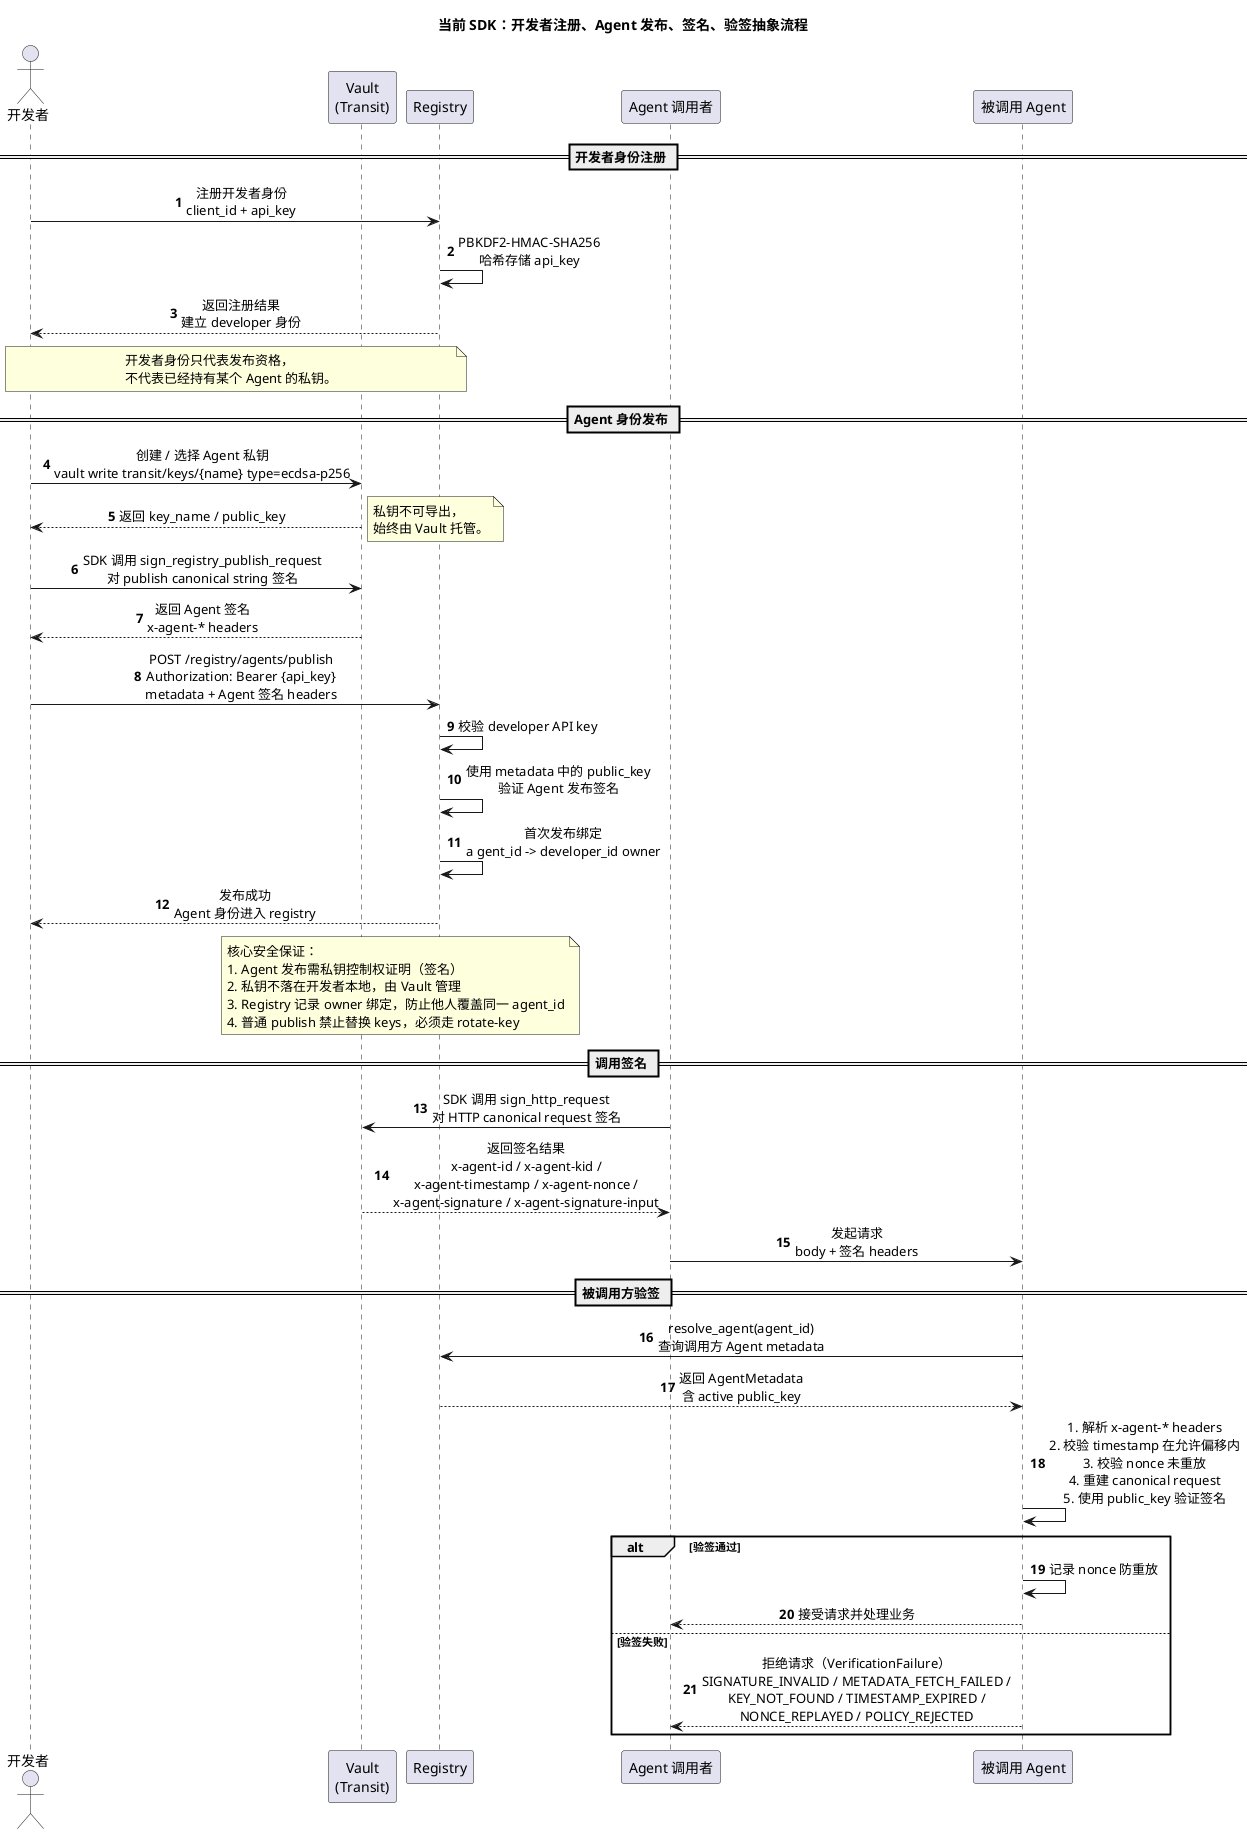
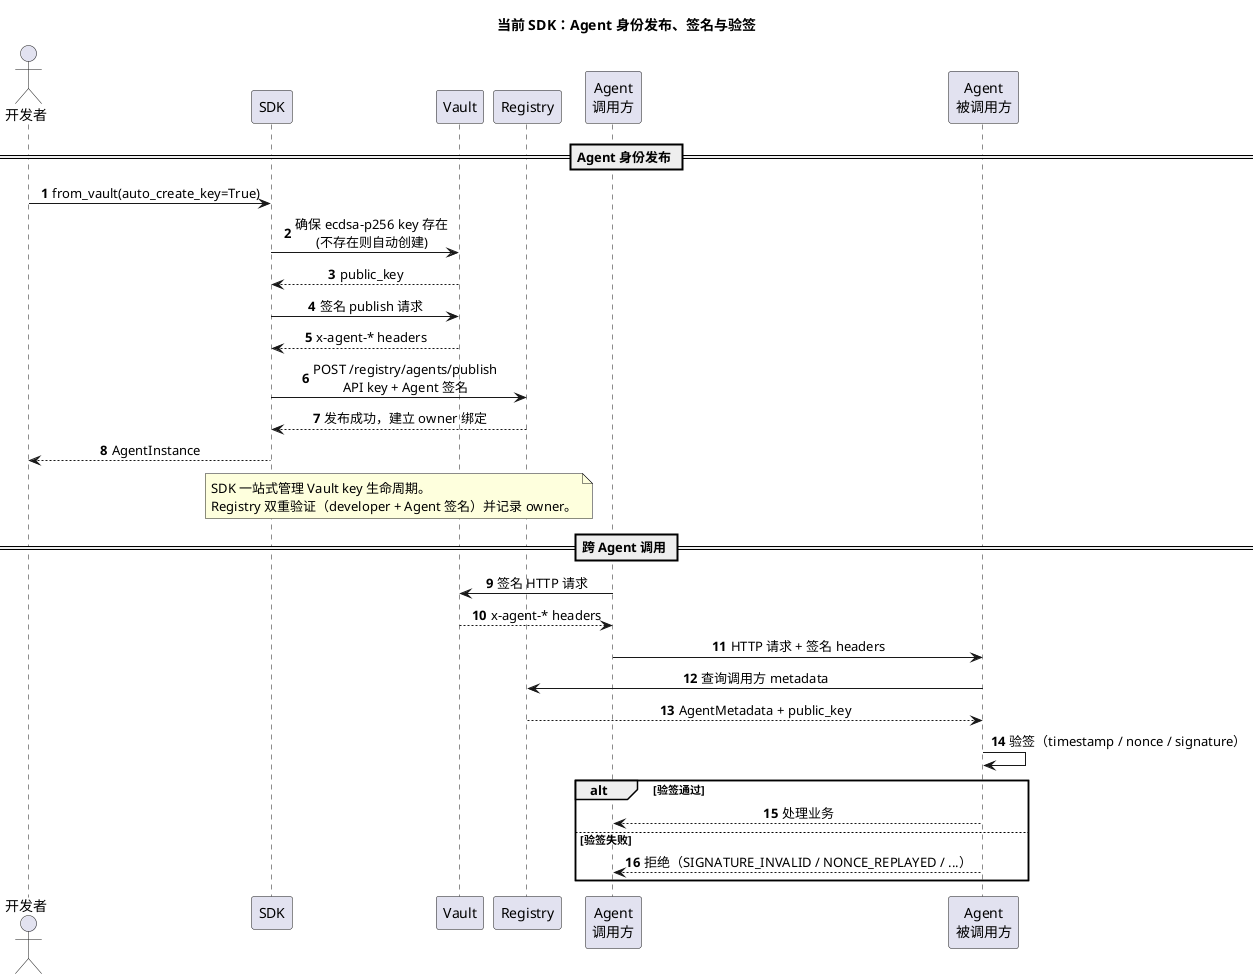
@startuml
- title 当前 SDK：开发者注册、Agent 发布、签名、验签抽象流程
+ title 当前 SDK：Agent 身份发布、签名与验签

skinparam shadowing false
skinparam sequenceMessageAlign center
skinparam responseMessageBelowArrow true

<style>
-   participant {
-     Padding 28
-   }
-   box {
-     Padding 10
-   }
+   participant { Padding 28 }
+   box { Padding 10 }
</style>

autonumber

actor "开发者" as Dev
- participant "Vault\n(Transit)" as Vault
+ participant "SDK" as SDK
+ participant "Vault" as Vault
participant "Registry" as Registry
- participant "Agent 调用者" as Caller
- participant "被调用 Agent" as Callee
- 
- == 开发者身份注册 ==
- 
- Dev -> Registry : 注册开发者身份\nclient_id + api_key
- Registry -> Registry : PBKDF2-HMAC-SHA256\n哈希存储 api_key
- Registry --> Dev : 返回注册结果\n建立 developer 身份
- 
- note over Dev,Registry
- 开发者身份只代表发布资格，
- 不代表已经持有某个 Agent 的私钥。
- end note
+ participant "Agent\n调用方" as Caller
+ participant "Agent\n被调用方" as Callee

== Agent 身份发布 ==

- Dev -> Vault : 创建 / 选择 Agent 私钥\nvault write transit/keys/{name} type=ecdsa-p256
- Vault --> Dev : 返回 key_name / public_key
- note right
- 私钥不可导出，
- 始终由 Vault 托管。
+ Dev -> SDK : from_vault(auto_create_key=True)
+ SDK -> Vault : 确保 ecdsa-p256 key 存在\n(不存在则自动创建)
+ Vault --> SDK : public_key
+ SDK -> Vault : 签名 publish 请求
+ Vault --> SDK : x-agent-* headers
+ SDK -> Registry : POST /registry/agents/publish\nAPI key + Agent 签名
+ Registry --> SDK : 发布成功，建立 owner 绑定
+ SDK --> Dev : AgentInstance
+ 
+ note over SDK, Registry
+ SDK 一站式管理 Vault key 生命周期。
+ Registry 双重验证（developer + Agent 签名）并记录 owner。
end note

- Dev -> Vault : SDK 调用 sign_registry_publish_request\n对 publish canonical string 签名
- Vault --> Dev : 返回 Agent 签名\nx-agent-* headers
+ == 跨 Agent 调用 ==

- Dev -> Registry : POST /registry/agents/publish\nAuthorization: Bearer {api_key}\nmetadata + Agent 签名 headers
- Registry -> Registry : 校验 developer API key
- Registry -> Registry : 使用 metadata 中的 public_key\n验证 Agent 发布签名
- Registry -> Registry : 首次发布绑定\na gent_id -> developer_id owner
- Registry --> Dev : 发布成功\nAgent 身份进入 registry
+ Caller -> Vault : 签名 HTTP 请求
+ Vault --> Caller : x-agent-* headers
+ Caller -> Callee : HTTP 请求 + 签名 headers

- note over Vault,Registry
- 核心安全保证：
- 1. Agent 发布需私钥控制权证明（签名）
- 2. 私钥不落在开发者本地，由 Vault 管理
- 3. Registry 记录 owner 绑定，防止他人覆盖同一 agent_id
- 4. 普通 publish 禁止替换 keys，必须走 rotate-key
- end note
- 
- == 调用签名 ==
- 
- Caller -> Vault : SDK 调用 sign_http_request\n对 HTTP canonical request 签名
- Vault --> Caller : 返回签名结果\nx-agent-id / x-agent-kid /\nx-agent-timestamp / x-agent-nonce /\nx-agent-signature / x-agent-signature-input
- 
- Caller -> Callee : 发起请求\nbody + 签名 headers
- 
- == 被调用方验签 ==
- 
- Callee -> Registry : resolve_agent(agent_id)\n查询调用方 Agent metadata
- Registry --> Callee : 返回 AgentMetadata\n含 active public_key
- 
- Callee -> Callee : 1. 解析 x-agent-* headers\n2. 校验 timestamp 在允许偏移内\n3. 校验 nonce 未重放\n4. 重建 canonical request\n5. 使用 public_key 验证签名
+ Callee -> Registry : 查询调用方 metadata
+ Registry --> Callee : AgentMetadata + public_key
+ Callee -> Callee : 验签（timestamp / nonce / signature）

alt 验签通过
-     Callee -> Callee : 记录 nonce 防重放
-     Callee --> Caller : 接受请求并处理业务
+     Callee --> Caller : 处理业务
else 验签失败
-     Callee --> Caller : 拒绝请求（VerificationFailure）\nSIGNATURE_INVALID / METADATA_FETCH_FAILED /\nKEY_NOT_FOUND / TIMESTAMP_EXPIRED /\nNONCE_REPLAYED / POLICY_REJECTED
+     Callee --> Caller : 拒绝（SIGNATURE_INVALID / NONCE_REPLAYED / ...）
end

@enduml
